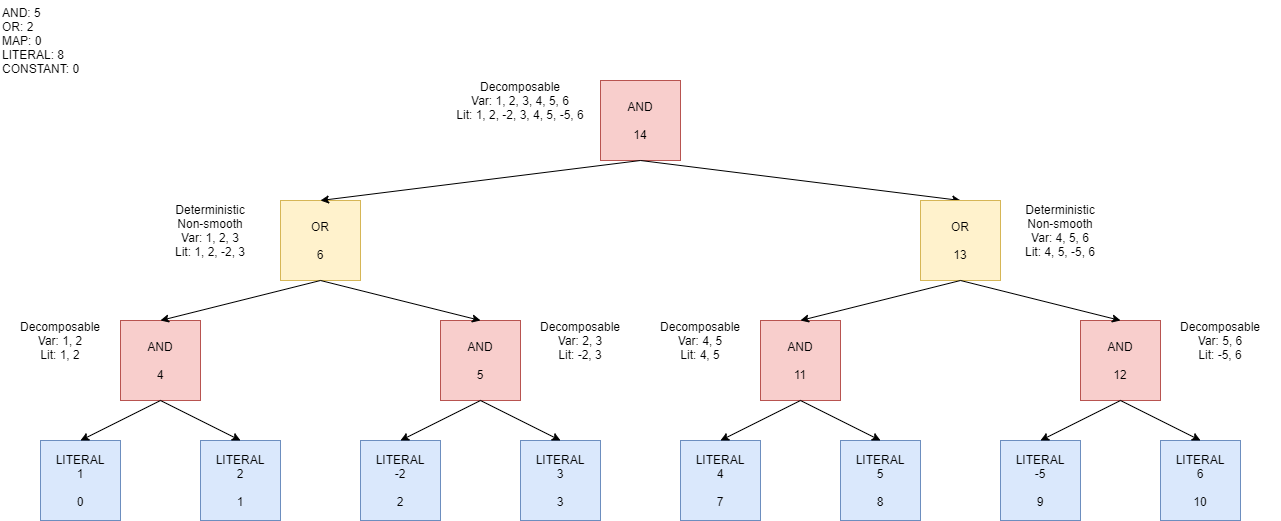
Earlier version of the draw.io export tests/circuit/node/images/circuits-Circuit 7.png (Illner/Cara). Source tidied: cells renumbered, new cells last; positions are measured from the earlier drawing's top-left corner, leaving out a move shared by most shapes.
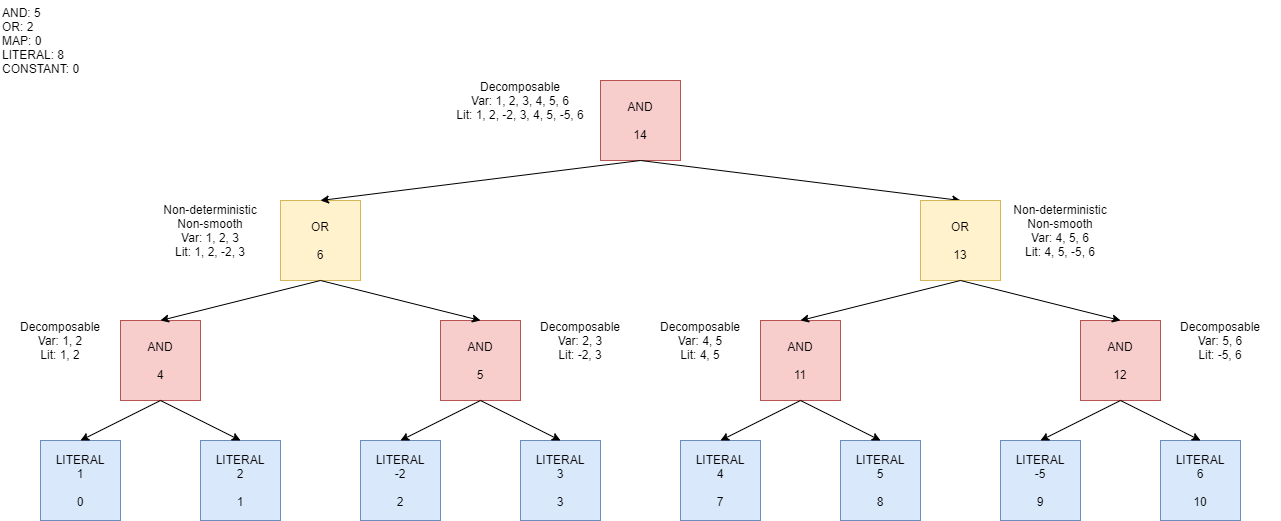
The same diagram one commit later.

Diff of the diagram source:
```diff
@@ -11,7 +11,7 @@
     <mxCell id="4" value="Decomposable&lt;br&gt;Var: 1, 2, 3, 4, 5, 6&lt;br&gt;Lit: 1, 2, -2, 3, 4, 5, -5, 6" style="text;html=1;strokeColor=none;fillColor=none;align=center;verticalAlign=middle;whiteSpace=wrap;rounded=0;" parent="1" vertex="1">
       <mxGeometry x="440" y="80" width="160" height="40" as="geometry" />
     </mxCell>
-    <mxCell id="5" value="Deterministic&lt;br&gt;Non-smooth&lt;br&gt;Var: 1, 2, 3&lt;br&gt;Lit: 1, 2, -2, 3" style="text;html=1;strokeColor=none;fillColor=none;align=center;verticalAlign=middle;whiteSpace=wrap;rounded=0;" parent="1" vertex="1">
+    <mxCell id="5" value="Non-deterministic&lt;br&gt;Non-smooth&lt;br&gt;Var: 1, 2, 3&lt;br&gt;Lit: 1, 2, -2, 3" style="text;html=1;strokeColor=none;fillColor=none;align=center;verticalAlign=middle;whiteSpace=wrap;rounded=0;" parent="1" vertex="1">
       <mxGeometry x="150" y="210" width="120" height="40" as="geometry" />
     </mxCell>
     <mxCell id="6" value="AND: 5&lt;br&gt;OR: 2&lt;br&gt;MAP: 0&lt;br&gt;LITERAL: 8&lt;br&gt;CONSTANT: 0" style="text;html=1;strokeColor=none;fillColor=none;align=left;verticalAlign=middle;whiteSpace=wrap;rounded=0;" parent="1" vertex="1">
@@ -68,7 +68,7 @@
     <mxCell id="23" value="OR&lt;br&gt;&lt;br&gt;13" style="whiteSpace=wrap;html=1;fillColor=#fff2cc;strokeColor=#d6b656;" parent="1" vertex="1">
       <mxGeometry x="920" y="200" width="80" height="80" as="geometry" />
     </mxCell>
-    <mxCell id="24" value="Deterministic&lt;br&gt;Non-smooth&lt;br&gt;Var: 4, 5, 6&lt;br&gt;Lit: 4, 5, -5, 6" style="text;html=1;strokeColor=none;fillColor=none;align=center;verticalAlign=middle;whiteSpace=wrap;rounded=0;" parent="1" vertex="1">
+    <mxCell id="24" value="Non-deterministic&lt;br&gt;Non-smooth&lt;br&gt;Var: 4, 5, 6&lt;br&gt;Lit: 4, 5, -5, 6" style="text;html=1;strokeColor=none;fillColor=none;align=center;verticalAlign=middle;whiteSpace=wrap;rounded=0;" parent="1" vertex="1">
       <mxGeometry x="1000" y="210" width="120" height="40" as="geometry" />
     </mxCell>
     <mxCell id="25" value="LITERAL&lt;br&gt;5&lt;br&gt;&lt;br&gt;8" style="whiteSpace=wrap;html=1;fillColor=#dae8fc;strokeColor=#6c8ebf;" parent="1" vertex="1">
```
